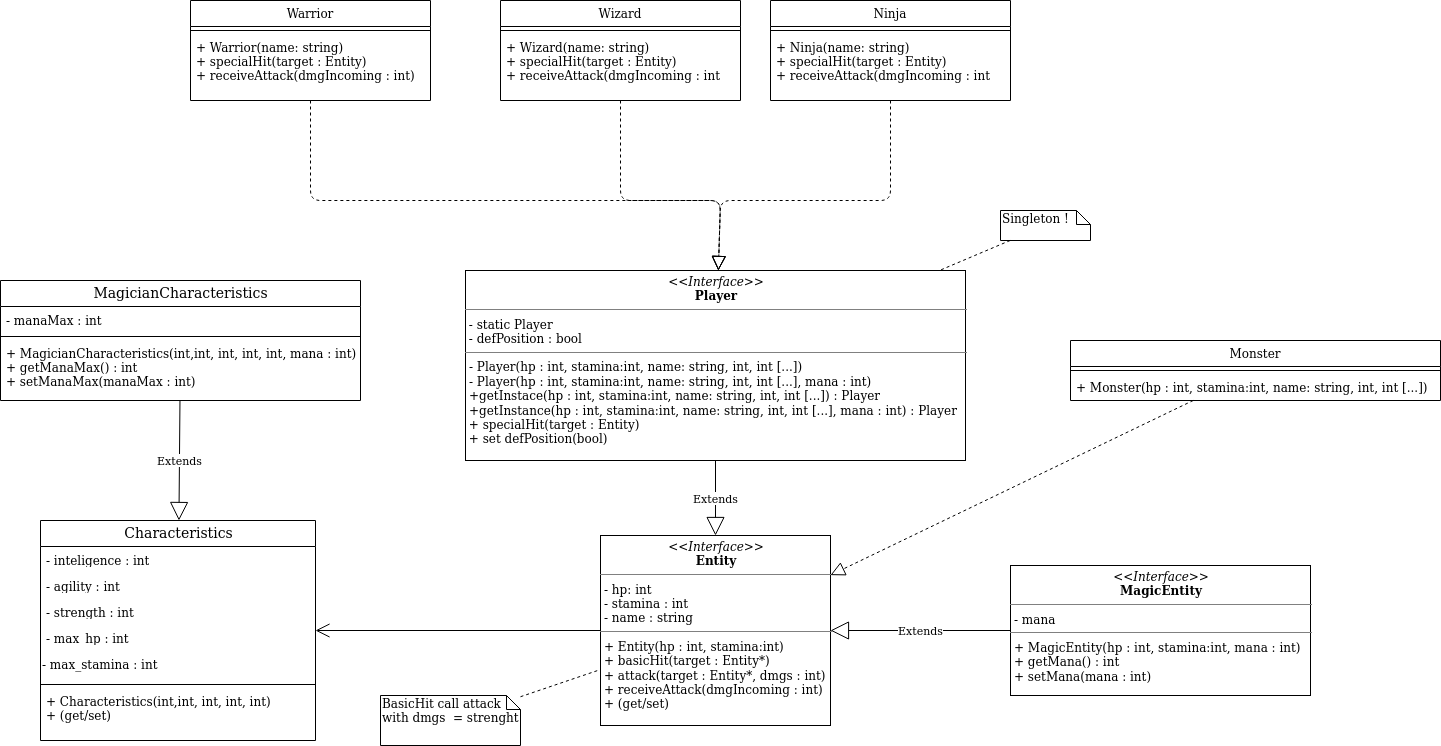
This is UMLs/Overview_characters.png from LavergneC/JavaRPG, a draw.io export, as it was before one commit. Source tidied: cells renumbered, new cells last; positions are measured from the earlier drawing's top-left corner, leaving out a move shared by most shapes.
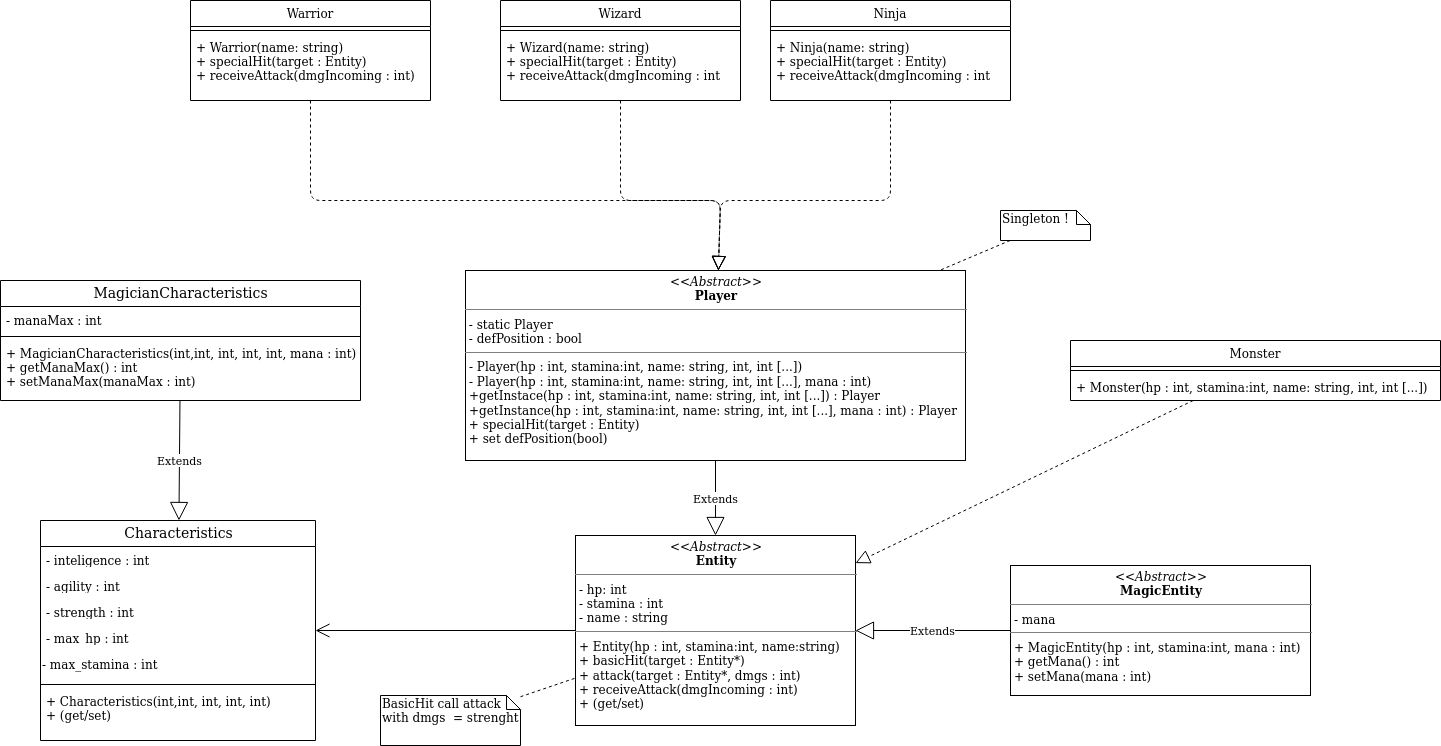
The same file after the commit.

Change to the diagram source:
```diff
@@ -2,10 +2,10 @@
   <root>
     <mxCell id="0" />
     <mxCell id="1" parent="0" />
-    <mxCell id="2" value="&lt;p style=&quot;margin: 0px ; margin-top: 4px ; text-align: center&quot;&gt;&lt;i&gt;&amp;lt;&amp;lt;Interface&amp;gt;&amp;gt;&lt;/i&gt;&lt;br&gt;&lt;b&gt;Entity&lt;/b&gt;&lt;/p&gt;&lt;hr size=&quot;1&quot;&gt;&lt;p style=&quot;margin: 0px ; margin-left: 4px&quot;&gt;- hp: int&lt;br&gt;- stamina : int&lt;/p&gt;&lt;p style=&quot;margin: 0px ; margin-left: 4px&quot;&gt;- name : string&lt;br&gt;&lt;/p&gt;&lt;hr size=&quot;1&quot;&gt;&lt;p style=&quot;margin: 0px ; margin-left: 4px&quot;&gt;+ Entity(hp : int, stamina:int)&lt;/p&gt;&lt;p style=&quot;margin: 0px ; margin-left: 4px&quot;&gt;+ basicHit(target : Entity*)&lt;br&gt;&lt;/p&gt;&lt;p style=&quot;margin: 0px ; margin-left: 4px&quot;&gt;+ attack(target : Entity*, dmgs : int)&lt;/p&gt;&lt;p style=&quot;margin: 0px ; margin-left: 4px&quot;&gt;+ receiveAttack(dmgIncoming : int)&lt;/p&gt;&lt;p style=&quot;margin: 0px ; margin-left: 4px&quot;&gt;+ (get/set)&lt;br&gt;&lt;/p&gt;&lt;p style=&quot;margin: 0px ; margin-left: 4px&quot;&gt;&lt;br&gt;&lt;/p&gt;" style="verticalAlign=top;align=left;overflow=fill;fontSize=12;fontFamily=Helvetica;html=1;rounded=0;shadow=0;comic=0;labelBackgroundColor=none;strokeWidth=1;" parent="1" vertex="1">
-      <mxGeometry x="600" y="535" width="230" height="190" as="geometry" />
+    <mxCell id="2" value="&lt;p style=&quot;margin: 0px ; margin-top: 4px ; text-align: center&quot;&gt;&lt;i&gt;&amp;lt;&amp;lt;Abstract&amp;gt;&amp;gt;&lt;/i&gt;&lt;br&gt;&lt;b&gt;Entity&lt;/b&gt;&lt;/p&gt;&lt;hr size=&quot;1&quot;&gt;&lt;p style=&quot;margin: 0px ; margin-left: 4px&quot;&gt;- hp: int&lt;br&gt;- stamina : int&lt;/p&gt;&lt;p style=&quot;margin: 0px ; margin-left: 4px&quot;&gt;- name : string&lt;br&gt;&lt;/p&gt;&lt;hr size=&quot;1&quot;&gt;&lt;p style=&quot;margin: 0px ; margin-left: 4px&quot;&gt;+ Entity(hp : int, stamina:int, name:string)&lt;/p&gt;&lt;p style=&quot;margin: 0px ; margin-left: 4px&quot;&gt;+ basicHit(target : Entity*)&lt;br&gt;&lt;/p&gt;&lt;p style=&quot;margin: 0px ; margin-left: 4px&quot;&gt;+ attack(target : Entity*, dmgs : int)&lt;/p&gt;&lt;p style=&quot;margin: 0px ; margin-left: 4px&quot;&gt;+ receiveAttack(dmgIncoming : int)&lt;/p&gt;&lt;p style=&quot;margin: 0px ; margin-left: 4px&quot;&gt;+ (get/set)&lt;br&gt;&lt;/p&gt;&lt;p style=&quot;margin: 0px ; margin-left: 4px&quot;&gt;&lt;br&gt;&lt;/p&gt;" style="verticalAlign=top;align=left;overflow=fill;fontSize=12;fontFamily=Helvetica;html=1;rounded=0;shadow=0;comic=0;labelBackgroundColor=none;strokeWidth=1;" parent="1" vertex="1">
+      <mxGeometry x="575" y="535" width="280" height="190" as="geometry" />
     </mxCell>
-    <mxCell id="3" value="&lt;p style=&quot;margin: 0px ; margin-top: 4px ; text-align: center&quot;&gt;&lt;i&gt;&amp;lt;&amp;lt;Interface&amp;gt;&amp;gt;&lt;/i&gt;&lt;br&gt;&lt;b&gt;MagicEntity&lt;/b&gt;&lt;/p&gt;&lt;hr size=&quot;1&quot;&gt;&lt;p style=&quot;margin: 0px ; margin-left: 4px&quot;&gt;- mana&lt;br&gt;&lt;/p&gt;&lt;hr size=&quot;1&quot;&gt;&lt;p style=&quot;margin: 0px ; margin-left: 4px&quot;&gt;+ MagicEntity(hp : int, stamina:int, mana : int)&lt;/p&gt;&lt;p style=&quot;margin: 0px ; margin-left: 4px&quot;&gt;+ getMana() : int&lt;br&gt;&lt;/p&gt;&lt;p style=&quot;margin: 0px ; margin-left: 4px&quot;&gt;+ setMana(mana : int)&lt;br&gt;&lt;/p&gt;&lt;p style=&quot;margin: 0px ; margin-left: 4px&quot;&gt;&lt;br&gt;&lt;/p&gt;" style="verticalAlign=top;align=left;overflow=fill;fontSize=12;fontFamily=Helvetica;html=1;rounded=0;shadow=0;comic=0;labelBackgroundColor=none;strokeWidth=1;" parent="1" vertex="1">
+    <mxCell id="3" value="&lt;p style=&quot;margin: 0px ; margin-top: 4px ; text-align: center&quot;&gt;&lt;i&gt;&amp;lt;&amp;lt;&lt;/i&gt;&lt;i&gt;&lt;i&gt;Abstract&lt;/i&gt;&amp;gt;&amp;gt;&lt;/i&gt;&lt;br&gt;&lt;b&gt;MagicEntity&lt;/b&gt;&lt;/p&gt;&lt;hr size=&quot;1&quot;&gt;&lt;p style=&quot;margin: 0px ; margin-left: 4px&quot;&gt;- mana&lt;br&gt;&lt;/p&gt;&lt;hr size=&quot;1&quot;&gt;&lt;p style=&quot;margin: 0px ; margin-left: 4px&quot;&gt;+ MagicEntity(hp : int, stamina:int, mana : int)&lt;/p&gt;&lt;p style=&quot;margin: 0px ; margin-left: 4px&quot;&gt;+ getMana() : int&lt;br&gt;&lt;/p&gt;&lt;p style=&quot;margin: 0px ; margin-left: 4px&quot;&gt;+ setMana(mana : int)&lt;br&gt;&lt;/p&gt;&lt;p style=&quot;margin: 0px ; margin-left: 4px&quot;&gt;&lt;br&gt;&lt;/p&gt;" style="verticalAlign=top;align=left;overflow=fill;fontSize=12;fontFamily=Helvetica;html=1;rounded=0;shadow=0;comic=0;labelBackgroundColor=none;strokeWidth=1;" parent="1" vertex="1">
       <mxGeometry x="1010" y="565" width="300" height="130" as="geometry" />
     </mxCell>
     <mxCell id="4" value="Extends" style="endArrow=block;endSize=16;endFill=0;html=1;" parent="1" edge="1" source="3" target="2">
@@ -17,7 +17,7 @@
     <mxCell id="6" style="endArrow=open;endFill=1;endSize=12;html=1;" parent="1" edge="1" source="2" target="15">
       <mxGeometry relative="1" as="geometry" />
     </mxCell>
-    <mxCell id="7" value="&lt;p style=&quot;margin: 0px ; margin-top: 4px ; text-align: center&quot;&gt;&lt;i&gt;&amp;lt;&amp;lt;Interface&amp;gt;&amp;gt;&lt;/i&gt;&lt;br&gt;&lt;b&gt;Player&lt;/b&gt;&lt;/p&gt;&lt;hr size=&quot;1&quot;&gt;&lt;div&gt;&amp;nbsp;- static Player&amp;nbsp; &lt;br&gt;&lt;/div&gt;&lt;div&gt;&amp;nbsp;- defPosition : bool&lt;/div&gt;&lt;hr size=&quot;1&quot;&gt;&lt;p style=&quot;margin: 0px ; margin-left: 4px&quot;&gt;- Player(hp : int, stamina:int, name: string, int, int [...])&lt;/p&gt;&lt;p style=&quot;margin: 0px ; margin-left: 4px&quot;&gt;- Player(hp : int, stamina:int, name: string, int, int [...], mana : int)&lt;/p&gt;&lt;p style=&quot;margin: 0px ; margin-left: 4px&quot;&gt;+getInstace(hp : int, stamina:int, name: string, int, int [...]) : Player&lt;br&gt;&lt;/p&gt;&lt;p style=&quot;margin: 0px ; margin-left: 4px&quot;&gt;+getInstance(hp : int, stamina:int, name: string, int, int [...], mana : int) : Player&lt;br&gt;&lt;/p&gt;&lt;div&gt;&amp;nbsp;+ specialHit(target : Entity)&lt;/div&gt;&lt;div&gt;&amp;nbsp;+ set defPosition(bool)&lt;br&gt;&lt;/div&gt;&lt;p style=&quot;margin: 0px ; margin-left: 4px&quot;&gt;&lt;br&gt;&lt;/p&gt;" style="verticalAlign=top;align=left;overflow=fill;fontSize=12;fontFamily=Helvetica;html=1;rounded=0;shadow=0;comic=0;labelBackgroundColor=none;strokeWidth=1;" parent="1" vertex="1">
+    <mxCell id="7" value="&lt;p style=&quot;margin: 0px ; margin-top: 4px ; text-align: center&quot;&gt;&lt;i&gt;&amp;lt;&amp;lt;&lt;/i&gt;&lt;i&gt;&lt;i&gt;Abstract&lt;/i&gt;&amp;gt;&amp;gt;&lt;/i&gt;&lt;br&gt;&lt;b&gt;Player&lt;/b&gt;&lt;/p&gt;&lt;hr size=&quot;1&quot;&gt;&lt;div&gt;&amp;nbsp;- static Player&amp;nbsp; &lt;br&gt;&lt;/div&gt;&lt;div&gt;&amp;nbsp;- defPosition : bool&lt;/div&gt;&lt;hr size=&quot;1&quot;&gt;&lt;p style=&quot;margin: 0px ; margin-left: 4px&quot;&gt;- Player(hp : int, stamina:int, name: string, int, int [...])&lt;/p&gt;&lt;p style=&quot;margin: 0px ; margin-left: 4px&quot;&gt;- Player(hp : int, stamina:int, name: string, int, int [...], mana : int)&lt;/p&gt;&lt;p style=&quot;margin: 0px ; margin-left: 4px&quot;&gt;+getInstace(hp : int, stamina:int, name: string, int, int [...]) : Player&lt;br&gt;&lt;/p&gt;&lt;p style=&quot;margin: 0px ; margin-left: 4px&quot;&gt;+getInstance(hp : int, stamina:int, name: string, int, int [...], mana : int) : Player&lt;br&gt;&lt;/p&gt;&lt;div&gt;&amp;nbsp;+ specialHit(target : Entity)&lt;/div&gt;&lt;div&gt;&amp;nbsp;+ set defPosition(bool)&lt;br&gt;&lt;/div&gt;&lt;p style=&quot;margin: 0px ; margin-left: 4px&quot;&gt;&lt;br&gt;&lt;/p&gt;" style="verticalAlign=top;align=left;overflow=fill;fontSize=12;fontFamily=Helvetica;html=1;rounded=0;shadow=0;comic=0;labelBackgroundColor=none;strokeWidth=1;" parent="1" vertex="1">
       <mxGeometry x="465" y="270" width="500" height="190" as="geometry" />
     </mxCell>
     <mxCell id="8" value="Extends" style="endArrow=block;endSize=16;endFill=0;html=1;" parent="1" edge="1" source="7" target="2">
```
